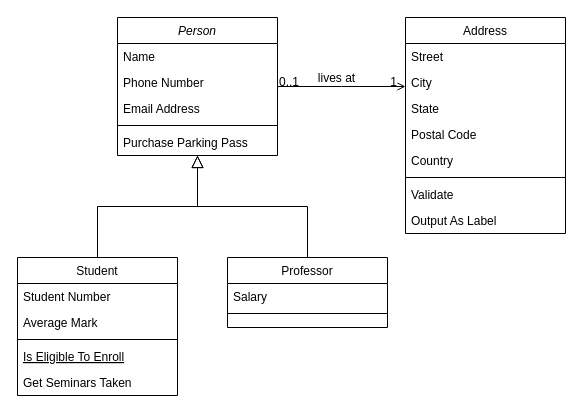
Above: Untitled Diagram.drawio in AlenaSSobolieva/WEB1.1.HomeAssignment_1 (draw.io), before the change. Source tidied: cells renumbered, new cells numbered last; positions are measured from the earlier drawing's top-left corner, leaving out a move shared by most shapes. Both pictures are drawn from the tidied source at 100%, with x=0, y=0 at pixel (17, 17).
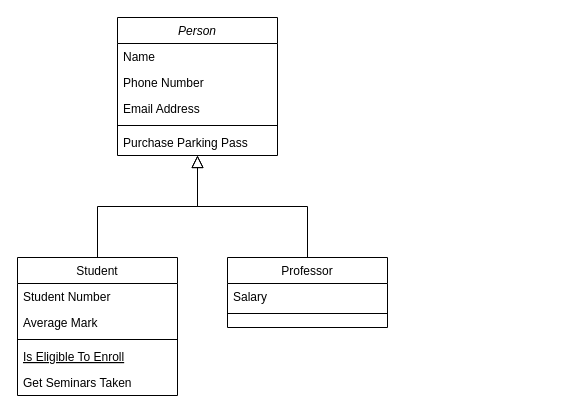
The same diagram, later.

The change refers to these unchanged cells:
```xml
<mxCell id="2" value="Person" style="swimlane;fontStyle=2;align=center;verticalAlign=top;horizontal=1;startSize=26;rounded=0;shadow=0;strokeWidth=1;" parent="1" vertex="1">
  <mxGeometry x="100" width="160" height="138" as="geometry" />
</mxCell>
```

What changed in the source:
```diff
@@
-    <mxCell id="19" value="Address" style="swimlane;fontStyle=0;align=center;verticalAlign=top;horizontal=1;startSize=26;rounded=0;shadow=0;strokeWidth=1;" parent="1" vertex="1">
-      <mxGeometry x="388" width="160" height="216" as="geometry" />
-    </mxCell>
-    <mxCell id="20" value="Street" style="text;align=left;verticalAlign=top;spacingLeft=4;spacingRight=4;overflow=hidden;" parent="19" vertex="1">
-      <mxGeometry y="26" width="160" height="26" as="geometry" />
-    </mxCell>
-    <mxCell id="21" value="City" style="text;align=left;verticalAlign=top;spacingLeft=4;spacingRight=4;overflow=hidden;rounded=0;shadow=0;html=0;" parent="19" vertex="1">
-      <mxGeometry y="52" width="160" height="26" as="geometry" />
-    </mxCell>
-    <mxCell id="22" value="State" style="text;align=left;verticalAlign=top;spacingLeft=4;spacingRight=4;overflow=hidden;rounded=0;shadow=0;html=0;" parent="19" vertex="1">
-      <mxGeometry y="78" width="160" height="26" as="geometry" />
-    </mxCell>
-    <mxCell id="23" value="Postal Code" style="text;align=left;verticalAlign=top;spacingLeft=4;spacingRight=4;overflow=hidden;rounded=0;shadow=0;html=0;" parent="19" vertex="1">
-      <mxGeometry y="104" width="160" height="26" as="geometry" />
-    </mxCell>
-    <mxCell id="24" value="Country" style="text;align=left;verticalAlign=top;spacingLeft=4;spacingRight=4;overflow=hidden;rounded=0;shadow=0;html=0;" parent="19" vertex="1">
-      <mxGeometry y="130" width="160" height="26" as="geometry" />
-    </mxCell>
-    <mxCell id="25" style="line;html=1;strokeWidth=1;align=left;verticalAlign=middle;spacingTop=-1;spacingLeft=3;spacingRight=3;labelPosition=right;" parent="19" vertex="1">
-      <mxGeometry y="156" width="160" height="8" as="geometry" />
-    </mxCell>
-    <mxCell id="26" value="Validate" style="text;align=left;verticalAlign=top;spacingLeft=4;spacingRight=4;overflow=hidden;" parent="19" vertex="1">
-      <mxGeometry y="164" width="160" height="26" as="geometry" />
-    </mxCell>
-    <mxCell id="27" value="Output As Label" style="text;align=left;verticalAlign=top;spacingLeft=4;spacingRight=4;overflow=hidden;" parent="19" vertex="1">
-      <mxGeometry y="190" width="160" height="26" as="geometry" />
-    </mxCell>
-    <mxCell id="28" style="endArrow=open;shadow=0;strokeWidth=1;rounded=0;endFill=1;edgeStyle=elbowEdgeStyle;elbow=vertical;" parent="1" edge="1" source="2" target="19">
-      <mxGeometry x="0.5" y="41" relative="1" as="geometry">
-        <mxPoint x="-40" y="32" as="offset" />
-      </mxGeometry>
-    </mxCell>
-    <mxCell id="29" value="0..1" style="align=left;verticalAlign=bottom;labelBackgroundColor=none;fontSize=12;" parent="28" vertex="1">
-      <mxGeometry x="-1" relative="1" as="geometry">
-        <mxPoint y="4" as="offset" />
-      </mxGeometry>
-    </mxCell>
-    <mxCell id="30" value="1" style="align=right;verticalAlign=bottom;labelBackgroundColor=none;fontSize=12;" parent="28" vertex="1">
-      <mxGeometry x="1" relative="1" as="geometry">
-        <mxPoint x="-7" y="4" as="offset" />
-      </mxGeometry>
-    </mxCell>
-    <mxCell id="31" value="lives at" style="text;html=1;align=center;verticalAlign=middle;labelBackgroundColor=none;rounded=0;shadow=0;strokeWidth=1;fontSize=12;" parent="28" vertex="1">
-      <mxGeometry x="0.5" y="49" relative="1" as="geometry">
-        <mxPoint x="-38" y="40" as="offset" />
-      </mxGeometry>
-    </mxCell>
```
